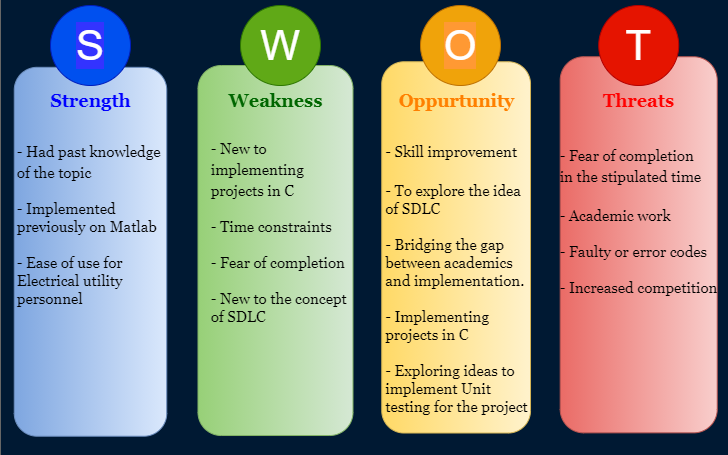
Earlier version of the draw.io export 6_ImagesAndVideos/Swot.png (indiya77/MiniProject). Source tidied: cells renumbered, new cells last; positions are measured from the earlier drawing's top-left corner, leaving out a move shared by most shapes.
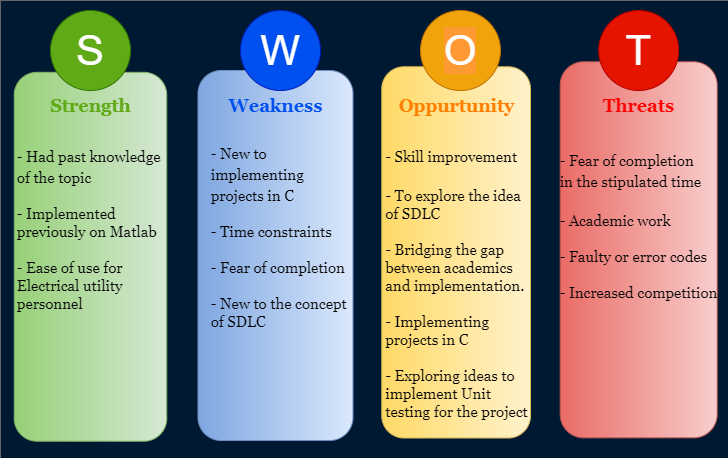
After the commit.

Commit message:
swot diagram added

The edit, as a diff of the source:
```diff
@@ -8,19 +8,19 @@
     <mxCell id="3" style="whiteSpace=wrap;html=1;strokeColor=#d6b656;fillColor=#fff2cc;rotation=90;gradientColor=#ffd966;rounded=1;" parent="1" vertex="1">
       <mxGeometry x="364" y="177.5" width="371.2" height="148.8" as="geometry" />
     </mxCell>
-    <mxCell id="4" value="&lt;h4 style=&quot;text-align: justify ; font-size: 13px&quot;&gt;&lt;br&gt;&lt;/h4&gt;" style="whiteSpace=wrap;html=1;strokeColor=#6c8ebf;fillColor=#dae8fc;rotation=90;gradientColor=#7ea6e0;rounded=1;" parent="1" vertex="1">
+    <mxCell id="4" value="&lt;h4 style=&quot;text-align: justify ; font-size: 13px&quot;&gt;&lt;br&gt;&lt;/h4&gt;" style="whiteSpace=wrap;html=1;strokeColor=#82b366;fillColor=#d5e8d4;rotation=90;gradientColor=#97d077;rounded=1;" parent="1" vertex="1">
       <mxGeometry x="-0.5" y="180" width="368.9" height="152.5" as="geometry" />
     </mxCell>
-    <mxCell id="5" value="&lt;span style=&quot;font-size: 42px&quot;&gt;&lt;span style=&quot;background-color: rgb(51 , 51 , 255)&quot;&gt;S&lt;/span&gt;&lt;br&gt;&lt;/span&gt;" style="ellipse;whiteSpace=wrap;html=1;verticalAlign=middle;rounded=1;fillColor=#0050ef;strokeColor=#001DBC;fontColor=#ffffff;" parent="1" vertex="1">
+    <mxCell id="5" value="&lt;span style=&quot;font-size: 42px&quot;&gt;&lt;span style=&quot;background-color: rgb(96 , 169 , 23)&quot;&gt;S&lt;/span&gt;&lt;br&gt;&lt;/span&gt;" style="ellipse;whiteSpace=wrap;html=1;verticalAlign=middle;rounded=1;strokeColor=#2D7600;fontColor=#ffffff;fillColor=#60A917;" parent="1" vertex="1">
       <mxGeometry x="144" y="10" width="80" height="80" as="geometry" />
     </mxCell>
     <mxCell id="6" value="&lt;span style=&quot;font-size: 42px&quot;&gt;&lt;span style=&quot;background-color: rgb(255 , 153 , 51)&quot;&gt;O&lt;/span&gt;&lt;br&gt;&lt;/span&gt;" style="ellipse;whiteSpace=wrap;html=1;rounded=1;fillColor=#f0a30a;strokeColor=#BD7000;fontColor=#ffffff;" parent="1" vertex="1">
       <mxGeometry x="514" y="10" width="80" height="80" as="geometry" />
     </mxCell>
-    <mxCell id="7" style="whiteSpace=wrap;html=1;strokeColor=#82b366;fillColor=#d5e8d4;rotation=90;gradientColor=#97d077;rounded=1;" parent="1" vertex="1">
+    <mxCell id="7" style="whiteSpace=wrap;html=1;strokeColor=#6c8ebf;fillColor=#dae8fc;rotation=90;gradientColor=#7ea6e0;rounded=1;" parent="1" vertex="1">
       <mxGeometry x="184" y="177.5" width="370" height="155" as="geometry" />
     </mxCell>
-    <mxCell id="8" value="&lt;font style=&quot;font-size: 42px&quot;&gt;W&lt;/font&gt;" style="ellipse;whiteSpace=wrap;html=1;rounded=1;fillColor=#60a917;strokeColor=#2D7600;fontColor=#ffffff;" parent="1" vertex="1">
+    <mxCell id="8" value="&lt;font style=&quot;font-size: 42px&quot;&gt;W&lt;/font&gt;" style="ellipse;whiteSpace=wrap;html=1;rounded=1;strokeColor=#001DBC;fontColor=#ffffff;fillColor=#0050EF;" parent="1" vertex="1">
       <mxGeometry x="334" y="10" width="80" height="80" as="geometry" />
     </mxCell>
     <mxCell id="9" style="whiteSpace=wrap;html=1;strokeColor=#b85450;fillColor=#f8cecc;rotation=90;gradientColor=#ea6b66;rounded=1;" parent="1" vertex="1">
@@ -29,10 +29,10 @@
     <mxCell id="10" value="&lt;font style=&quot;font-size: 42px&quot;&gt;T&lt;/font&gt;" style="ellipse;whiteSpace=wrap;html=1;rounded=1;fillColor=#e51400;strokeColor=#B20000;fontColor=#ffffff;" parent="1" vertex="1">
       <mxGeometry x="692.2" y="10" width="80" height="80" as="geometry" />
     </mxCell>
-    <mxCell id="11" value="&lt;b&gt;&lt;font color=&quot;#006600&quot;&gt;Weakness&lt;/font&gt;&lt;/b&gt;" style="text;html=1;align=center;verticalAlign=middle;fillColor=none;strokeColor=none;rounded=0;fontSize=18;fontFamily=Georgia;" parent="1" vertex="1">
+    <mxCell id="11" value="&lt;b&gt;&lt;font color=&quot;#0050ef&quot;&gt;Weakness&lt;/font&gt;&lt;/b&gt;" style="text;html=1;align=center;verticalAlign=middle;fillColor=none;strokeColor=none;rounded=0;fontSize=18;fontFamily=Georgia;" parent="1" vertex="1">
       <mxGeometry x="314" y="90" width="110" height="30" as="geometry" />
     </mxCell>
-    <mxCell id="12" value="&lt;font color=&quot;#0000ff&quot;&gt;Strength&lt;/font&gt;" style="text;html=1;align=center;verticalAlign=middle;fillColor=none;strokeColor=none;rounded=0;fontFamily=Georgia;fontSize=18;fontStyle=1;fontColor=#003300;" parent="1" vertex="1">
+    <mxCell id="12" value="&lt;font color=&quot;#60a917&quot;&gt;Strength&lt;/font&gt;" style="text;html=1;align=center;verticalAlign=middle;fillColor=none;strokeColor=none;rounded=0;fontFamily=Georgia;fontSize=18;fontStyle=1;fontColor=#003300;" parent="1" vertex="1">
       <mxGeometry x="134" y="90" width="100" height="30" as="geometry" />
     </mxCell>
     <mxCell id="13" value="&lt;b&gt;&lt;font color=&quot;#ff8000&quot;&gt;Oppurtunity&lt;/font&gt;&lt;/b&gt;" style="text;html=1;align=center;verticalAlign=middle;fillColor=none;strokeColor=none;rounded=0;fontSize=18;fontFamily=Georgia;" parent="1" vertex="1">
```
